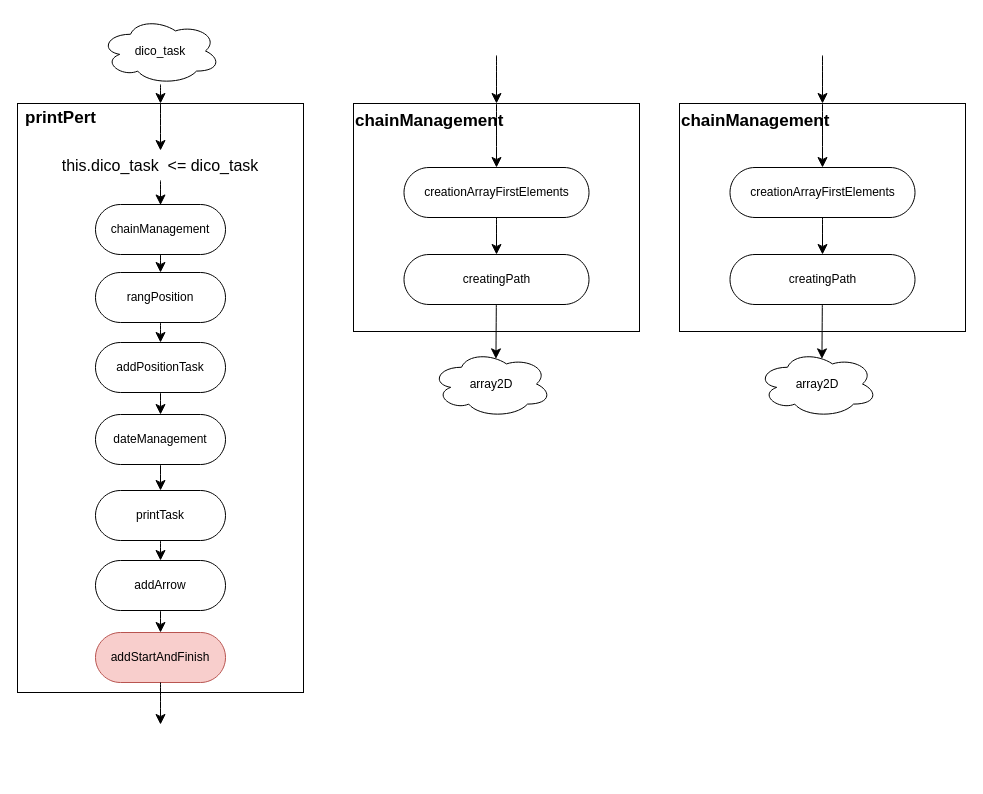
choucadieux/print_PERT_js keeps this draw.io diagram as logigramme_code.drawio. Above is the earlier version. Source tidied: cells renumbered, new cells numbered last; positions are measured from the earlier drawing's top-left corner, leaving out a move shared by most shapes. Both pictures are drawn from the tidied source at 100%, with x=0, y=0 at pixel (17, 17).
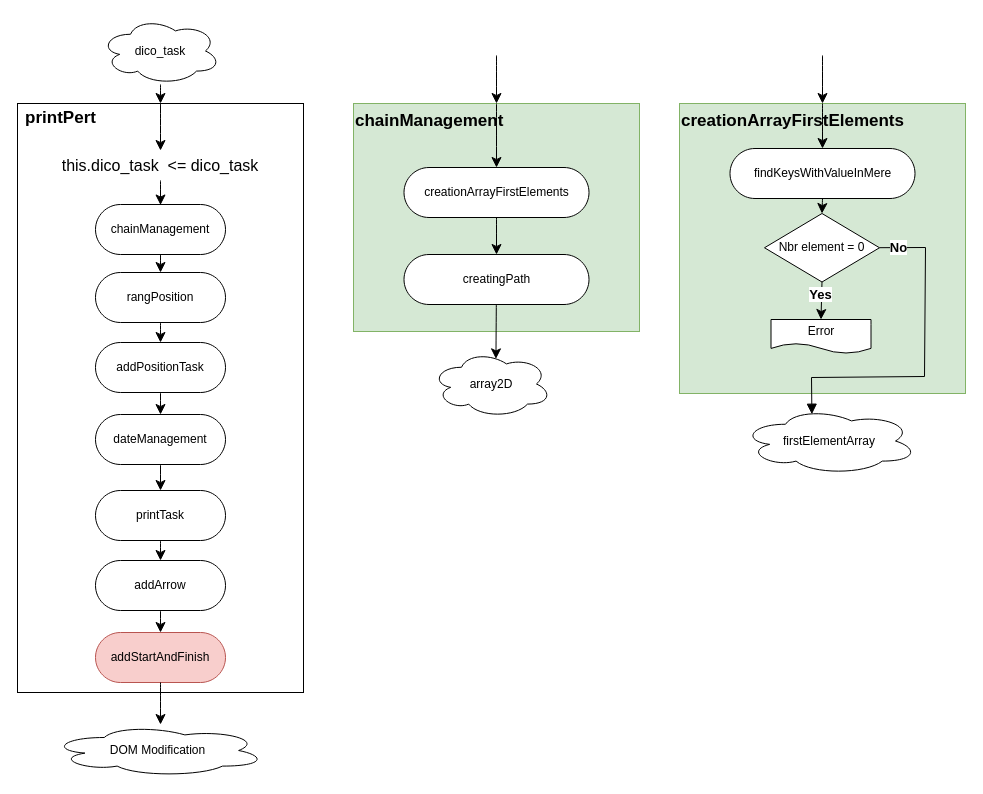
Above is the later version.

Change to the diagram source:
```diff
@@
-    <mxCell id="22" style="html=1;dashed=0;whiteSpace=wrap;" parent="1" vertex="1">
+    <mxCell id="22" style="html=1;dashed=0;whiteSpace=wrap;fillColor=#d5e8d4;strokeColor=#82b366;" parent="1" vertex="1">
       <mxGeometry x="336" y="86" width="286" height="228" as="geometry" />
     </mxCell>
@@
-    <mxCell id="32" style="html=1;dashed=0;whiteSpace=wrap;" parent="1" vertex="1">
-      <mxGeometry x="662" y="86" width="286" height="228" as="geometry" />
+    <mxCell id="32" style="html=1;dashed=0;whiteSpace=wrap;fillColor=#d5e8d4;strokeColor=#82b366;" parent="1" vertex="1">
+      <mxGeometry x="662" y="86" width="286" height="290" as="geometry" />
     </mxCell>
-    <mxCell id="33" value="&lt;b style=&quot;&quot;&gt;&lt;font style=&quot;font-size: 17px;&quot;&gt;chainManagement&lt;/font&gt;&lt;/b&gt;" style="text;html=1;align=left;verticalAlign=middle;whiteSpace=wrap;rounded=0;fontSize=16;" parent="1" vertex="1">
+    <mxCell id="33" value="&lt;span style=&quot;font-size: 17px;&quot;&gt;&lt;b&gt;creationArrayFirstElements&lt;/b&gt;&lt;/span&gt;" style="text;html=1;align=left;verticalAlign=middle;whiteSpace=wrap;rounded=0;fontSize=16;" parent="1" vertex="1">
       <mxGeometry x="662" y="86" width="157" height="35" as="geometry" />
     </mxCell>
-    <mxCell id="34" value="&lt;font style=&quot;font-size: 12px;&quot;&gt;creationArrayFirstElements&lt;/font&gt;" style="html=1;dashed=0;whiteSpace=wrap;shape=mxgraph.dfd.start;" parent="1" vertex="1">
-      <mxGeometry x="712.5" y="150" width="185" height="50" as="geometry" />
+    <mxCell id="34" value="&lt;font style=&quot;font-size: 12px;&quot;&gt;findKeysWithValueInMere&lt;/font&gt;" style="html=1;dashed=0;whiteSpace=wrap;shape=mxgraph.dfd.start;" parent="1" vertex="1">
+      <mxGeometry x="712.5" y="131" width="185" height="50" as="geometry" />
     </mxCell>
-    <mxCell id="35" value="&lt;font style=&quot;font-size: 12px;&quot;&gt;creatingPath&lt;/font&gt;" style="html=1;dashed=0;whiteSpace=wrap;shape=mxgraph.dfd.start;" parent="1" vertex="1">
-      <mxGeometry x="712.5" y="237" width="185" height="50" as="geometry" />
-    </mxCell>
-    <mxCell id="36" value="array2D" style="shape=cloud;whiteSpace=wrap;html=1;" parent="1" vertex="1">
-      <mxGeometry x="740" y="333" width="120" height="67" as="geometry" />
+    <mxCell id="36" value="firstElementArray" style="shape=cloud;whiteSpace=wrap;html=1;" parent="1" vertex="1">
+      <mxGeometry x="724" y="390" width="176" height="67" as="geometry" />
     </mxCell>
@@
-    <mxCell id="39" style="endArrow=classic;html=1;rounded=0;fontSize=12;startSize=8;endSize=8;curved=1;entryX=0.5;entryY=0.5;entryDx=0;entryDy=-25;entryPerimeter=0;exitX=0.5;exitY=0.5;exitDx=0;exitDy=25;exitPerimeter=0;" parent="1" edge="1" source="34" target="35">
+    <mxCell id="39" style="endArrow=classic;html=1;rounded=0;fontSize=12;startSize=8;endSize=8;curved=1;entryX=0.5;entryY=0;entryDx=0;entryDy=0;exitX=0.5;exitY=0.5;exitDx=0;exitDy=25;exitPerimeter=0;" parent="1" edge="1" source="34" target="41">
       <mxGeometry relative="1" as="geometry" />
     </mxCell>
-    <mxCell id="40" style="endArrow=classic;html=1;rounded=0;fontSize=12;startSize=8;endSize=8;curved=1;entryX=0.537;entryY=0.125;entryDx=0;entryDy=0;entryPerimeter=0;" parent="1" edge="1" source="35" target="36">
-      <mxGeometry relative="1" as="geometry" />
-    </mxCell>
+    <mxCell id="41" value="Nbr element = 0" style="shape=rhombus;html=1;dashed=0;whiteSpace=wrap;perimeter=rhombusPerimeter;" parent="1" vertex="1">
+      <mxGeometry x="747" y="196" width="115" height="68.5" as="geometry" />
+    </mxCell>
+    <mxCell id="42" value="Error" style="shape=document;whiteSpace=wrap;html=1;boundedLbl=1;dashed=0;flipH=1;" parent="1" vertex="1">
+      <mxGeometry x="753.5" y="302" width="100" height="34" as="geometry" />
+    </mxCell>
+    <mxCell id="43" style="endArrow=classic;html=1;rounded=0;fontSize=12;startSize=8;endSize=8;curved=1;exitX=0.5;exitY=1;exitDx=0;exitDy=0;entryX=0.5;entryY=0;entryDx=0;entryDy=0;" parent="1" edge="1" source="41" target="42">
+      <mxGeometry relative="1" as="geometry" />
+    </mxCell>
+    <mxCell id="44" style="endArrow=block;html=1;rounded=0;fontSize=12;startSize=8;endSize=8;curved=0;exitX=1;exitY=0.5;exitDx=0;exitDy=0;entryX=0.4;entryY=0.1;entryDx=0;entryDy=0;entryPerimeter=0;endFill=1;" parent="1" edge="1" target="36">
+      <mxGeometry relative="1" as="geometry">
+        <mxPoint x="862" y="230.2" as="sourcePoint" />
+        <Array as="points">
+          <mxPoint x="908" y="230" />
+          <mxPoint x="907" y="359" />
+          <mxPoint x="794" y="360" />
+        </Array>
+      </mxGeometry>
+    </mxCell>
+    <mxCell id="45" value="&lt;b&gt;&lt;font style=&quot;font-size: 13px; background-color: rgb(255, 255, 255);&quot;&gt;Yes&lt;/font&gt;&lt;/b&gt;" style="text;html=1;align=center;verticalAlign=middle;whiteSpace=wrap;rounded=0;fontSize=16;" parent="1" vertex="1">
+      <mxGeometry x="786.5" y="268" width="32.5" height="16.4" as="geometry" />
+    </mxCell>
+    <mxCell id="46" value="&lt;b&gt;&lt;font style=&quot;font-size: 13px; background-color: rgb(255, 255, 255);&quot;&gt;No&lt;/font&gt;&lt;/b&gt;" style="text;html=1;align=center;verticalAlign=middle;whiteSpace=wrap;rounded=0;fontSize=16;" parent="1" vertex="1">
+      <mxGeometry x="865" y="220.8" width="32.5" height="16.4" as="geometry" />
+    </mxCell>
+    <mxCell id="47" value="DOM Modification" style="shape=cloud;whiteSpace=wrap;html=1;" parent="1" vertex="1">
+      <mxGeometry x="33" y="707" width="215" height="52" as="geometry" />
+    </mxCell>
```
